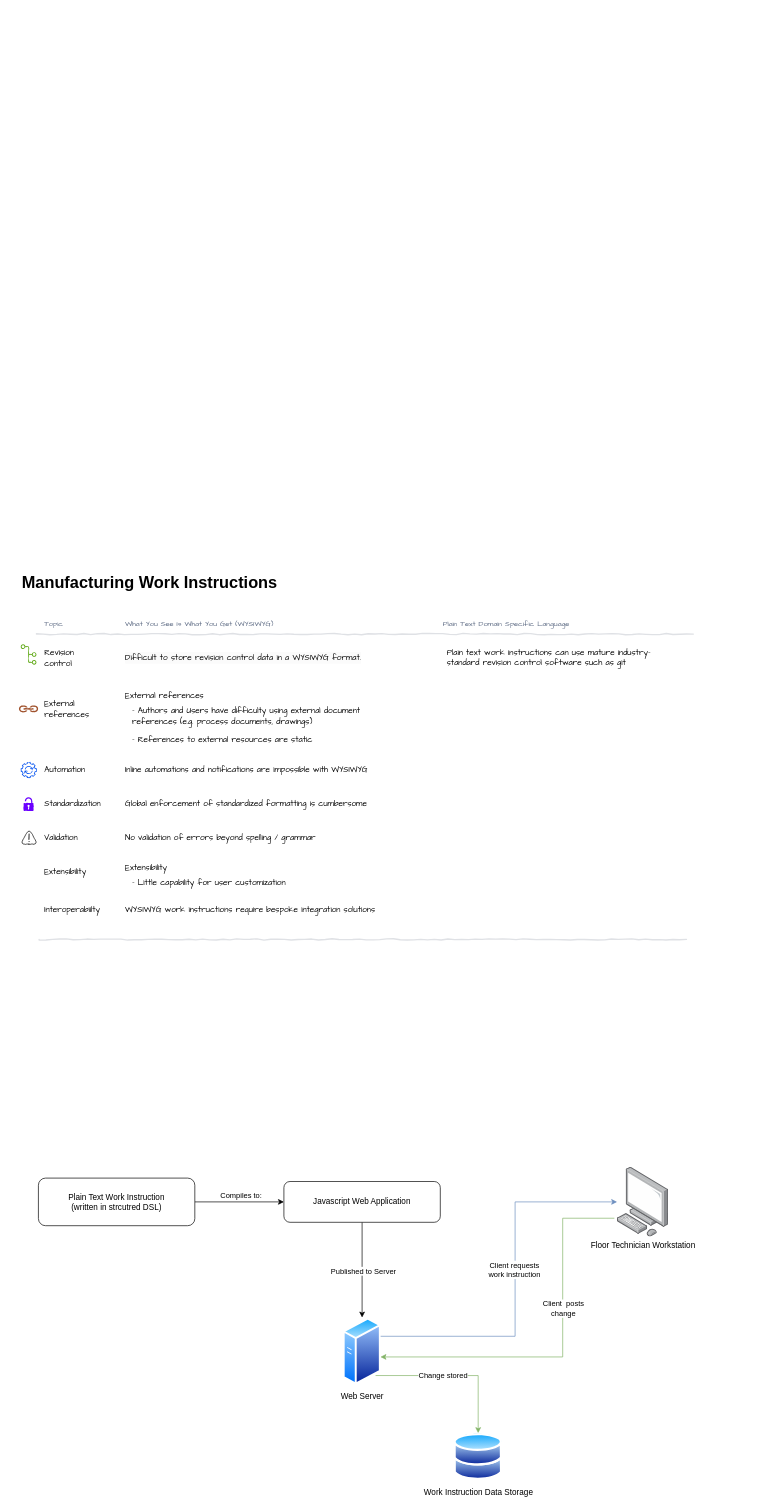
The draw.io diagram DolphinDSL.drawio in denningta/diagrams, before the edit. Source tidied: cells renumbered, new cells numbered last; positions are measured from the earlier drawing's top-left corner, leaving out a move shared by most shapes. Both pictures are drawn from the tidied source at 68%, with x=0, y=0 at pixel (18, 569).
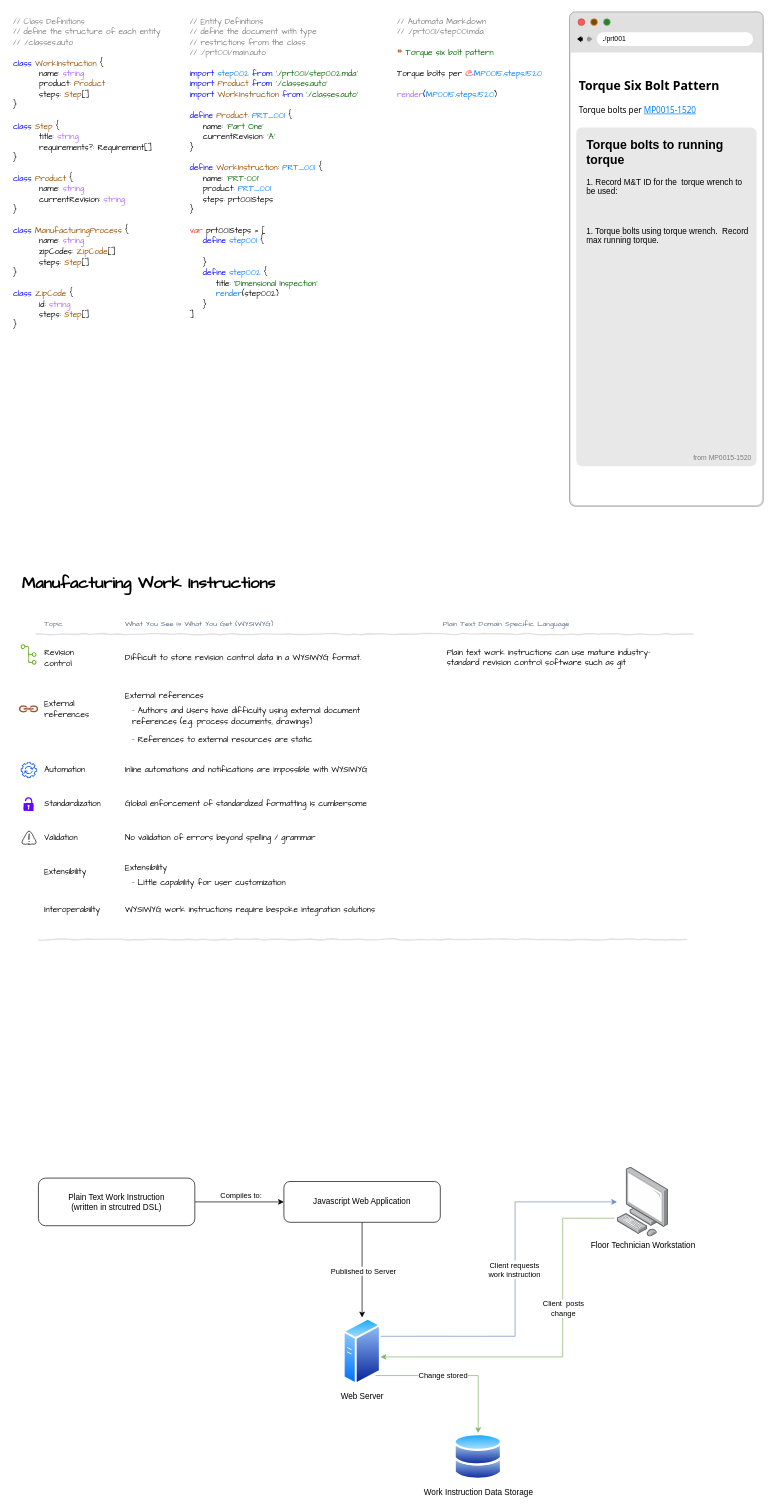
Above is the later version.

What changed in the source:
```diff
@@
-    <mxCell id="17" value="&lt;h1&gt;Manufacturing Work Instructions&lt;/h1&gt;" style="text;html=1;strokeColor=none;fillColor=none;spacing=5;spacingTop=-20;whiteSpace=wrap;overflow=hidden;rounded=0;" parent="1" vertex="1">
+    <mxCell id="17" value="&lt;h1&gt;Manufacturing Work Instructions&lt;/h1&gt;" style="text;html=1;strokeColor=none;fillColor=none;spacing=5;spacingTop=-20;whiteSpace=wrap;overflow=hidden;rounded=0;fontFamily=Architects Daughter;" parent="1" vertex="1">
       <mxGeometry width="410" height="40" as="geometry" />
     </mxCell>
@@
+    <mxCell id="48" value="&lt;span style=&quot;font-family: &amp;quot;Architects Daughter&amp;quot;; font-size: 12px; font-style: normal; font-variant-ligatures: normal; font-variant-caps: normal; font-weight: 400; letter-spacing: normal; orphans: 2; text-align: left; text-indent: 0px; text-transform: none; widows: 2; word-spacing: 0px; -webkit-text-stroke-width: 0px; text-decoration-thickness: initial; text-decoration-style: initial; text-decoration-color: initial; float: none; display: inline !important;&quot;&gt;&lt;font color=&quot;#808080&quot;&gt;// Entity Definitions&lt;br&gt;// define the document with type&lt;br&gt;//&amp;nbsp;restrictions from the class&lt;br&gt;// ./prt001/main.auto&lt;br&gt;&lt;/font&gt;&lt;br&gt;&lt;font color=&quot;#0000ff&quot;&gt;import &lt;/font&gt;&lt;font color=&quot;#007fff&quot;&gt;step002&lt;/font&gt;&lt;font color=&quot;#0000ff&quot;&gt;&amp;nbsp;from &lt;/font&gt;&lt;font color=&quot;#006600&quot;&gt;'./prt001/step002.mda'&lt;br&gt;&lt;/font&gt;&lt;font color=&quot;#0000ff&quot;&gt;import&lt;/font&gt; &lt;font color=&quot;#994c00&quot;&gt;Product&lt;/font&gt; &lt;font color=&quot;#0000ff&quot;&gt;from&lt;/font&gt; &lt;font color=&quot;#006600&quot;&gt;'./classes.auto'&lt;/font&gt;&lt;br&gt;&lt;font color=&quot;#0000ff&quot;&gt;import&lt;/font&gt; &lt;font color=&quot;#994c00&quot;&gt;WorkInstruction&lt;/font&gt; &lt;font color=&quot;#0000ff&quot;&gt;from&lt;/font&gt; &lt;font color=&quot;#006600&quot;&gt;'./classes.auto'&lt;/font&gt;&lt;br&gt;&lt;/span&gt;&lt;span style=&quot;font-family: &amp;quot;Architects Daughter&amp;quot;; font-size: 12px; font-style: normal; font-variant-ligatures: normal; font-variant-caps: normal; font-weight: 400; letter-spacing: normal; orphans: 2; text-align: left; text-indent: 0px; text-transform: none; widows: 2; word-spacing: 0px; -webkit-text-stroke-width: 0px; text-decoration-thickness: initial; text-decoration-style: initial; text-decoration-color: initial; float: none; display: inline !important;&quot;&gt;&lt;br&gt;&lt;font color=&quot;#0000ff&quot;&gt;define&lt;/font&gt; &lt;font color=&quot;#994c00&quot;&gt;Product&lt;/font&gt;: &lt;font color=&quot;#007fff&quot;&gt;PRT_001&lt;/font&gt; {&lt;br&gt;&lt;span style=&quot;&quot;&gt;&lt;span style=&quot;white-space: pre;&quot;&gt;&amp;nbsp;&amp;nbsp;&amp;nbsp;&amp;nbsp;&lt;/span&gt;&lt;/span&gt;name: &lt;font color=&quot;#006600&quot;&gt;'Part One'&lt;/font&gt;&lt;br&gt;&lt;span style=&quot;&quot;&gt;&lt;span style=&quot;white-space: pre;&quot;&gt;&amp;nbsp;&amp;nbsp;&amp;nbsp;&amp;nbsp;&lt;/span&gt;&lt;/span&gt;currentRevision: &lt;font color=&quot;#006600&quot;&gt;'A'&lt;/font&gt;&lt;br&gt;}&lt;br&gt;&lt;br&gt;&lt;font color=&quot;#0000ff&quot;&gt;define&lt;/font&gt; &lt;font color=&quot;#994c00&quot;&gt;WorkInstruction&lt;/font&gt;: &lt;font color=&quot;#007fff&quot;&gt;PRT_001&lt;/font&gt; {&lt;br&gt;&lt;span style=&quot;&quot;&gt;&lt;span style=&quot;white-space: pre;&quot;&gt;&amp;nbsp;&amp;nbsp;&amp;nbsp;&amp;nbsp;&lt;/span&gt;&lt;/span&gt;name: &lt;font color=&quot;#006600&quot;&gt;'PRT-001'&lt;br&gt;&lt;/font&gt;&lt;span style=&quot;&quot;&gt;&lt;span style=&quot;white-space: pre;&quot;&gt;&amp;nbsp;&amp;nbsp;&amp;nbsp;&amp;nbsp;&lt;/span&gt;&lt;/span&gt;product: &lt;font color=&quot;#007fff&quot;&gt;PRT_001&lt;br&gt;&lt;/font&gt;&lt;span style=&quot;&quot;&gt;&lt;span style=&quot;white-space: pre;&quot;&gt;&amp;nbsp;&amp;nbsp;&amp;nbsp;&amp;nbsp;&lt;/span&gt;&lt;/span&gt;steps: prt001Steps&lt;br&gt;}&lt;br&gt;&lt;br&gt;&lt;font color=&quot;#ff3333&quot;&gt;var&lt;/font&gt; prt001Steps = [&lt;br&gt;&lt;span style=&quot;&quot;&gt;&lt;span style=&quot;white-space: pre;&quot;&gt;&amp;nbsp;&amp;nbsp;&amp;nbsp;&amp;nbsp;&lt;/span&gt;&lt;/span&gt;&lt;font color=&quot;#0000ff&quot;&gt;define&lt;/font&gt; &lt;font color=&quot;#007fff&quot;&gt;step001&lt;/font&gt; {&lt;br&gt;&lt;span style=&quot;&quot;&gt;&lt;span style=&quot;white-space: pre;&quot;&gt;&amp;nbsp;&amp;nbsp;&amp;nbsp;&amp;nbsp;&lt;/span&gt;&lt;/span&gt;&lt;br&gt;&lt;span style=&quot;&quot;&gt;&lt;span style=&quot;white-space: pre;&quot;&gt;&amp;nbsp;&amp;nbsp;&amp;nbsp;&amp;nbsp;&lt;/span&gt;&lt;/span&gt;}&lt;br&gt;&lt;span style=&quot;&quot;&gt;&lt;span style=&quot;white-space: pre;&quot;&gt;&amp;nbsp;&amp;nbsp;&amp;nbsp;&amp;nbsp;&lt;/span&gt;&lt;/span&gt;&lt;font color=&quot;#0000ff&quot;&gt;define&lt;/font&gt; &lt;font color=&quot;#007fff&quot;&gt;step002&lt;/font&gt;&amp;nbsp;{&lt;br&gt;&lt;span style=&quot;&quot;&gt;&lt;span style=&quot;white-space: pre;&quot;&gt;&amp;nbsp;&amp;nbsp;&amp;nbsp;&amp;nbsp;&lt;/span&gt;&lt;/span&gt;&lt;span style=&quot;&quot;&gt;&lt;span style=&quot;white-space: pre;&quot;&gt;&amp;nbsp;&amp;nbsp;&amp;nbsp;&amp;nbsp;&lt;/span&gt;&lt;/span&gt;title: &lt;font color=&quot;#006600&quot;&gt;'Dimensional Inspection'&lt;/font&gt;&lt;br&gt;&lt;span style=&quot;&quot;&gt;&lt;span style=&quot;white-space: pre;&quot;&gt;&amp;nbsp;&amp;nbsp;&amp;nbsp;&amp;nbsp;&lt;/span&gt;&lt;/span&gt;&lt;span style=&quot;&quot;&gt;&lt;span style=&quot;white-space: pre;&quot;&gt;&amp;nbsp;&amp;nbsp;&amp;nbsp;&amp;nbsp;&lt;/span&gt;&lt;/span&gt;&lt;font color=&quot;#007fff&quot;&gt;render&lt;/font&gt;(step002)&lt;br&gt;&lt;span style=&quot;&quot;&gt;&lt;span style=&quot;white-space: pre;&quot;&gt;&amp;nbsp;&amp;nbsp;&amp;nbsp;&amp;nbsp;&lt;/span&gt;&lt;/span&gt;}&lt;br&gt;]&lt;br&gt;&lt;br&gt;&lt;br&gt;&lt;br&gt;&lt;br&gt;&lt;br&gt;&lt;br&gt;&lt;/span&gt;" style="text;whiteSpace=wrap;html=1;verticalAlign=top;labelBackgroundColor=none;" parent="1" vertex="1">
+      <mxGeometry x="250" y="-820" width="260" height="540" as="geometry" />
+    </mxCell>
+    <mxCell id="49" value="&lt;span style=&quot;font-family: &amp;quot;Architects Daughter&amp;quot;; font-size: 12px; font-style: normal; font-variant-ligatures: normal; font-variant-caps: normal; font-weight: 400; letter-spacing: normal; orphans: 2; text-align: left; text-indent: 0px; text-transform: none; widows: 2; word-spacing: 0px; -webkit-text-stroke-width: 0px; text-decoration-thickness: initial; text-decoration-style: initial; text-decoration-color: initial; float: none; display: inline !important;&quot;&gt;&lt;font color=&quot;#808080&quot;&gt;// Class Definitions &lt;br&gt;// define the structure of each entity&lt;br&gt;// ./classes.auto&lt;/font&gt;&lt;br&gt;&lt;br&gt;&lt;font color=&quot;#0000ff&quot;&gt;class&lt;/font&gt;&lt;/span&gt;&lt;span style=&quot;color: rgb(0, 0, 0); font-family: &amp;quot;Architects Daughter&amp;quot;; font-size: 12px; font-style: normal; font-variant-ligatures: normal; font-variant-caps: normal; font-weight: 400; letter-spacing: normal; orphans: 2; text-align: left; text-indent: 0px; text-transform: none; widows: 2; word-spacing: 0px; -webkit-text-stroke-width: 0px; text-decoration-thickness: initial; text-decoration-style: initial; text-decoration-color: initial; float: none; display: inline !important;&quot;&gt; &lt;/span&gt;&lt;span style=&quot;font-family: &amp;quot;Architects Daughter&amp;quot;; font-size: 12px; font-style: normal; font-variant-ligatures: normal; font-variant-caps: normal; font-weight: 400; letter-spacing: normal; orphans: 2; text-align: left; text-indent: 0px; text-transform: none; widows: 2; word-spacing: 0px; -webkit-text-stroke-width: 0px; text-decoration-thickness: initial; text-decoration-style: initial; text-decoration-color: initial; float: none; display: inline !important;&quot;&gt;&lt;font color=&quot;#994c00&quot;&gt;WorkInstruction&lt;/font&gt;&lt;/span&gt;&lt;span style=&quot;color: rgb(0, 0, 0); font-family: &amp;quot;Architects Daughter&amp;quot;; font-size: 12px; font-style: normal; font-variant-ligatures: normal; font-variant-caps: normal; font-weight: 400; letter-spacing: normal; orphans: 2; text-align: left; text-indent: 0px; text-transform: none; widows: 2; word-spacing: 0px; -webkit-text-stroke-width: 0px; text-decoration-thickness: initial; text-decoration-style: initial; text-decoration-color: initial; float: none; display: inline !important;&quot;&gt; {&lt;br&gt;&lt;span style=&quot;white-space: pre;&quot;&gt;&#9;&lt;/span&gt;name: &lt;/span&gt;&lt;span style=&quot;font-family: &amp;quot;Architects Daughter&amp;quot;; font-size: 12px; font-style: normal; font-variant-ligatures: normal; font-variant-caps: normal; font-weight: 400; letter-spacing: normal; orphans: 2; text-align: left; text-indent: 0px; text-transform: none; widows: 2; word-spacing: 0px; -webkit-text-stroke-width: 0px; text-decoration-thickness: initial; text-decoration-style: initial; text-decoration-color: initial; float: none; display: inline !important;&quot;&gt;&lt;font color=&quot;#b266ff&quot;&gt;string&lt;/font&gt;&lt;br&gt;&lt;span style=&quot;color: rgb(0, 0, 0); white-space: pre;&quot;&gt;&#9;&lt;/span&gt;product: &lt;font color=&quot;#994c00&quot;&gt;Product&lt;br&gt;&lt;/font&gt;&lt;span style=&quot;white-space: pre;&quot;&gt;&#9;&lt;/span&gt;steps: &lt;font color=&quot;#994c00&quot;&gt;Step&lt;/font&gt;[]&lt;br&gt;}&lt;br&gt;&lt;br&gt;&lt;font color=&quot;#0000ff&quot;&gt;class&lt;/font&gt; &lt;font color=&quot;#994c00&quot;&gt;Step&lt;/font&gt; {&lt;br&gt;&lt;span style=&quot;white-space: pre;&quot;&gt;&#9;&lt;/span&gt;title: &lt;font color=&quot;#b266ff&quot;&gt;string&lt;br&gt;&lt;/font&gt;&lt;span style=&quot;white-space: pre;&quot;&gt;&#9;&lt;/span&gt;requirements?: Requirement[]&lt;br&gt;}&lt;br&gt;&lt;br&gt;&lt;font color=&quot;#0000ff&quot;&gt;class&lt;/font&gt; &lt;font color=&quot;#994c00&quot;&gt;Product&lt;/font&gt; {&lt;br&gt;&lt;span style=&quot;color: rgb(0, 0, 0); white-space: pre;&quot;&gt;&#9;&lt;/span&gt;name: &lt;font color=&quot;#b266ff&quot;&gt;string&lt;/font&gt;&lt;br&gt;&lt;span style=&quot;color: rgb(0, 0, 0); white-space: pre;&quot;&gt;&#9;&lt;/span&gt;currentRevision: &lt;font color=&quot;#b266ff&quot;&gt;string&lt;/font&gt;&lt;br&gt;}&lt;br&gt;&lt;br&gt;&lt;font color=&quot;#0000ff&quot;&gt;class&lt;/font&gt; &lt;font color=&quot;#994c00&quot;&gt;ManufacturingProcess&lt;/font&gt; {&lt;br&gt;&lt;span style=&quot;white-space: pre;&quot;&gt;&#9;&lt;/span&gt;name: &lt;font color=&quot;#b266ff&quot;&gt;string&lt;/font&gt;&lt;br&gt;&lt;span style=&quot;white-space: pre;&quot;&gt;&#9;&lt;/span&gt;zipCodes: &lt;font color=&quot;#994c00&quot;&gt;ZipCode&lt;/font&gt;[]&lt;br&gt;&lt;span style=&quot;white-space: pre;&quot;&gt;&#9;&lt;/span&gt;steps: &lt;font color=&quot;#994c00&quot;&gt;Step&lt;/font&gt;[]&lt;br&gt;}&lt;br&gt;&lt;br&gt;&lt;font color=&quot;#0000ff&quot;&gt;class &lt;/font&gt;&lt;font color=&quot;#994c00&quot;&gt;ZipCode&lt;/font&gt; {&lt;br&gt;&lt;span style=&quot;white-space: pre;&quot;&gt;&#9;&lt;/span&gt;id: &lt;font color=&quot;#b266ff&quot;&gt;string&lt;/font&gt;&lt;br&gt;&lt;span style=&quot;white-space: pre;&quot;&gt;&#9;&lt;/span&gt;steps: &lt;font color=&quot;#994c00&quot;&gt;Step&lt;/font&gt;[]&lt;br&gt;}&lt;br&gt;&lt;br&gt;&lt;br&gt;&lt;br&gt;&lt;br&gt;&lt;br&gt;&lt;br&gt;&lt;/span&gt;" style="text;whiteSpace=wrap;html=1;verticalAlign=top;labelBackgroundColor=none;" parent="1" vertex="1">
+      <mxGeometry x="-10" y="-820" width="230" height="540" as="geometry" />
+    </mxCell>
+    <mxCell id="50" value="&lt;span style=&quot;font-family: &amp;quot;Architects Daughter&amp;quot;; font-size: 12px; font-style: normal; font-variant-ligatures: normal; font-variant-caps: normal; font-weight: 400; letter-spacing: normal; orphans: 2; text-align: left; text-indent: 0px; text-transform: none; widows: 2; word-spacing: 0px; -webkit-text-stroke-width: 0px; text-decoration-thickness: initial; text-decoration-style: initial; text-decoration-color: initial; float: none; display: inline !important;&quot;&gt;&lt;font color=&quot;#808080&quot;&gt;// Automata Markdown&lt;/font&gt;&lt;br&gt;&lt;/span&gt;&lt;span style=&quot;font-family: &amp;quot;Architects Daughter&amp;quot;; font-size: 12px; font-style: normal; font-variant-ligatures: normal; font-variant-caps: normal; font-weight: 400; letter-spacing: normal; orphans: 2; text-align: left; text-indent: 0px; text-transform: none; widows: 2; word-spacing: 0px; -webkit-text-stroke-width: 0px; text-decoration-thickness: initial; text-decoration-style: initial; text-decoration-color: initial; float: none; display: inline !important;&quot;&gt;&lt;font color=&quot;#808080&quot;&gt;// ./prt001/step001.mda&lt;/font&gt;&lt;br&gt;&lt;br&gt;&lt;font color=&quot;#994c00&quot;&gt;#&lt;/font&gt; &lt;font color=&quot;#006600&quot;&gt;Torque six bolt pattern&lt;/font&gt;&lt;br&gt;&lt;br&gt;Torque bolts per&amp;nbsp;&lt;font color=&quot;#ff3333&quot;&gt;@&lt;/font&gt;&lt;font color=&quot;#007fff&quot;&gt;MP0015&lt;/font&gt;.&lt;font color=&quot;#007fff&quot;&gt;steps&lt;/font&gt;.&lt;font color=&quot;#007fff&quot;&gt;1520&lt;/font&gt;&lt;br&gt;&lt;br&gt;&lt;font color=&quot;#b266ff&quot;&gt;render&lt;/font&gt;(&lt;font color=&quot;#007fff&quot;&gt;MP0015&lt;/font&gt;.&lt;font color=&quot;#007fff&quot;&gt;steps&lt;/font&gt;.&lt;font color=&quot;#007fff&quot;&gt;1520&lt;/font&gt;)&lt;br&gt;&lt;br&gt;&lt;br&gt;&lt;br&gt;&lt;br&gt;&lt;br&gt;&lt;/span&gt;" style="text;whiteSpace=wrap;html=1;verticalAlign=top;labelBackgroundColor=none;" parent="1" vertex="1">
+      <mxGeometry x="555.1" y="-820" width="260" height="540" as="geometry" />
+    </mxCell>
+    <mxCell id="51" style="rounded=1;whiteSpace=wrap;html=1;align=left;arcSize=3;fillColor=#E0E0E0;strokeColor=#8F8F8F;strokeWidth=1;" parent="1" vertex="1">
+      <mxGeometry x="810" y="-820" width="284.9" height="727" as="geometry" />
+    </mxCell>
+    <mxCell id="52" style="ellipse;whiteSpace=wrap;html=1;labelBorderColor=default;labelBackgroundColor=#ff5757;fillColor=#FF5A52;strokeColor=#b85450;" parent="1" vertex="1">
+      <mxGeometry x="822.5" y="-810" width="10" height="10" as="geometry" />
+    </mxCell>
+    <mxCell id="53" style="ellipse;whiteSpace=wrap;html=1;labelBorderColor=default;labelBackgroundColor=#ff5757;fillColor=#7D460F;strokeColor=#d79b00;" parent="1" vertex="1">
+      <mxGeometry x="841.1" y="-810" width="10" height="10" as="geometry" />
+    </mxCell>
+    <mxCell id="54" style="ellipse;whiteSpace=wrap;html=1;labelBorderColor=default;labelBackgroundColor=#ff5757;fillColor=#26822F;strokeColor=#82b366;" parent="1" vertex="1">
+      <mxGeometry x="860" y="-810" width="10" height="10" as="geometry" />
+    </mxCell>
+    <mxCell id="55" value="&amp;nbsp; .&lt;font size=&quot;1&quot;&gt;/prt001&lt;/font&gt;" style="rounded=1;whiteSpace=wrap;html=1;arcSize=50;strokeColor=none;align=left;" parent="1" vertex="1">
+      <mxGeometry x="850" y="-790" width="230" height="20" as="geometry" />
+    </mxCell>
+    <mxCell id="56" style="shape=flexArrow;endArrow=classic;html=1;rounded=0;width=4.942084942084942;endSize=1.6965250965250964;endWidth=3.3249355257077267;fillColor=#000000;strokeColor=none;" parent="1" edge="1">
+      <mxGeometry relative="1" as="geometry">
+        <mxPoint x="830" y="-780" as="sourcePoint" />
+        <mxPoint x="820.7" y="-780.1" as="targetPoint" />
+      </mxGeometry>
+    </mxCell>
+    <mxCell id="57" style="shape=flexArrow;endArrow=classic;html=1;rounded=0;width=4.942084942084942;endSize=1.6965250965250964;endWidth=3.3249355257077267;fillColor=#969696;strokeColor=none;" parent="1" edge="1">
+      <mxGeometry relative="1" as="geometry">
+        <mxPoint x="835.1" y="-780" as="sourcePoint" />
+        <mxPoint x="844.4" y="-780" as="targetPoint" />
+      </mxGeometry>
+    </mxCell>
+    <mxCell id="58" style="group;" parent="1" vertex="1">
+      <mxGeometry x="812" y="-760" width="281" height="686" as="geometry" />
+    </mxCell>
+    <mxCell id="59" style="rounded=1;whiteSpace=wrap;html=1;arcSize=3;strokeColor=none;align=left;" parent="58" vertex="1">
+      <mxGeometry width="281" height="665" as="geometry" />
+    </mxCell>
+    <mxCell id="60" style="rounded=0;whiteSpace=wrap;html=1;strokeColor=none;" parent="58" vertex="1">
+      <mxGeometry width="281" height="26.2" as="geometry" />
+    </mxCell>
+    <mxCell id="61" style="rounded=1;whiteSpace=wrap;html=1;fillColor=#E8E8E8;arcSize=3;strokeColor=none;" parent="58" vertex="1">
+      <mxGeometry x="8" y="110" width="265" height="498" as="geometry" />
+    </mxCell>
+    <mxCell id="62" value="&lt;font style=&quot;font-size: 10px;&quot;&gt;from MP0015-1520&lt;/font&gt;" style="text;html=1;strokeColor=none;fillColor=none;align=right;verticalAlign=middle;whiteSpace=wrap;rounded=0;fontColor=#7D7D7D;" parent="58" vertex="1">
+      <mxGeometry x="16" y="586" width="252" height="18" as="geometry" />
+    </mxCell>
+    <mxCell id="63" value="&lt;h2&gt;&lt;span style=&quot;background-color: initial;&quot;&gt;Torque bolts to running torque&lt;/span&gt;&lt;/h2&gt;&lt;div&gt;1. Record M&amp;amp;T ID for the&amp;nbsp; torque wrench to be used:&amp;nbsp;&lt;/div&gt;&lt;div&gt;&lt;br&gt;&lt;/div&gt;&lt;div&gt;&lt;br&gt;&lt;/div&gt;&lt;div&gt;&lt;br&gt;&lt;/div&gt;&lt;div&gt;1. Torque bolts using torque wrench.&amp;nbsp; Record max running torque.&lt;/div&gt;&lt;div&gt;&lt;br&gt;&lt;/div&gt;&lt;div&gt;&lt;br&gt;&lt;/div&gt;&lt;div&gt;&lt;br&gt;&lt;/div&gt;&lt;div&gt;&lt;br&gt;&lt;/div&gt;" style="text;html=1;strokeColor=none;fillColor=none;spacing=5;spacingTop=-20;whiteSpace=wrap;overflow=hidden;rounded=0;" parent="58" vertex="1">
+      <mxGeometry x="18" y="121" width="248" height="251" as="geometry" />
+    </mxCell>
+    <mxCell id="64" value="&lt;h1&gt;&lt;span style=&quot;font-style: normal; font-variant-ligatures: normal; font-variant-caps: normal; letter-spacing: normal; orphans: 2; text-align: left; text-indent: 0px; text-transform: none; widows: 2; word-spacing: 0px; -webkit-text-stroke-width: 0px; text-decoration-thickness: initial; text-decoration-style: initial; text-decoration-color: initial; float: none; display: inline !important;&quot;&gt;&lt;font style=&quot;font-size: 18px;&quot;&gt;&lt;b&gt;Torque Six Bolt Pattern&lt;/b&gt;&lt;/font&gt;&lt;/span&gt;&lt;/h1&gt;&lt;span style=&quot;font-style: normal; font-variant-ligatures: normal; font-variant-caps: normal; letter-spacing: normal; orphans: 2; text-align: left; text-indent: 0px; text-transform: none; widows: 2; word-spacing: 0px; -webkit-text-stroke-width: 0px; text-decoration-thickness: initial; text-decoration-style: initial; text-decoration-color: initial; float: none; display: inline !important;&quot;&gt;Torque bolts per &lt;font style=&quot;&quot; color=&quot;#007fff&quot;&gt;&lt;u&gt;MP0015-1520&lt;/u&gt;&lt;br&gt;&lt;/font&gt;&lt;br&gt;&lt;br&gt;&lt;/span&gt;" style="text;whiteSpace=wrap;html=1;verticalAlign=top;labelBackgroundColor=none;fontFamily=Tahoma;" parent="1" vertex="1">
+      <mxGeometry x="822.4" y="-750" width="260" height="99" as="geometry" />
+    </mxCell>
```
